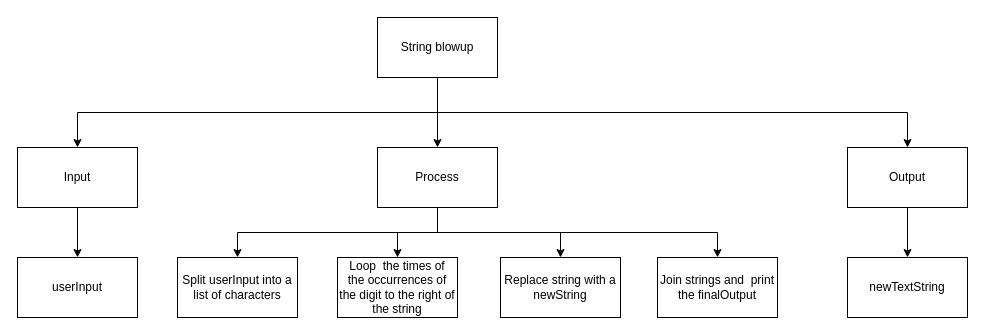
The draw.io diagram topdown_chart.drawio in Seti-Ngabo/ics4u-assignment-02-typescript, before the edit. Source tidied: cells renumbered, new cells numbered last; positions are measured from the earlier drawing's top-left corner, leaving out a move shared by most shapes. Both pictures are drawn from the tidied source at 100%, with x=0, y=0 at pixel (17, 17).
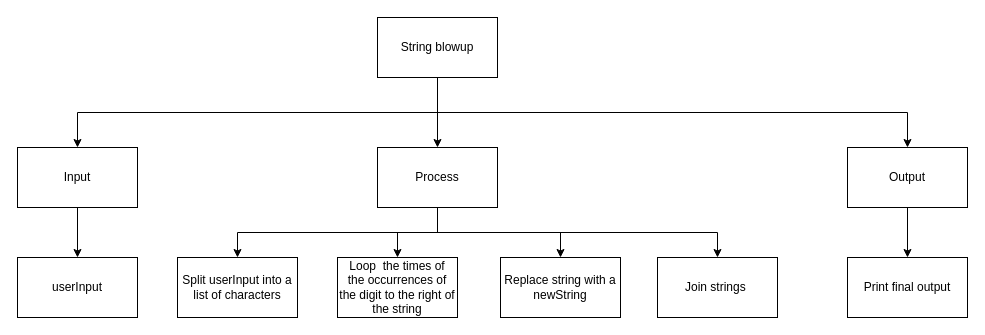
The same diagram, later.

Diff of the diagram source:
```diff
@@
-    <mxCell id="19" value="Join strings and&amp;nbsp; print the finalOutput" style="rounded=0;whiteSpace=wrap;html=1;" parent="1" vertex="1">
+    <mxCell id="19" value="Join strings&amp;nbsp;" style="rounded=0;whiteSpace=wrap;html=1;" parent="1" vertex="1">
       <mxGeometry x="640" y="240" width="120" height="60" as="geometry" />
     </mxCell>
-    <mxCell id="20" value="newTextString" style="rounded=0;whiteSpace=wrap;html=1;" parent="1" vertex="1">
+    <mxCell id="20" value="Print final output" style="rounded=0;whiteSpace=wrap;html=1;" parent="1" vertex="1">
       <mxGeometry x="830" y="240" width="120" height="60" as="geometry" />
     </mxCell>
```
